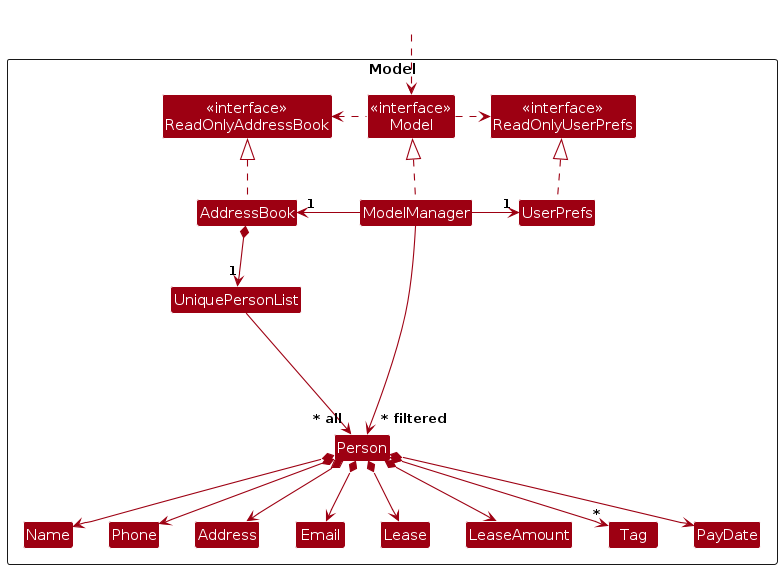
Above: diagrams/ModelClassDiagram.png in Glacialthorn/tp (PlantUML), before the change. Its source is kept beside it as diagrams/ModelClassDiagram.puml. The source it was exported from:
```plantuml
@startuml
!include style.puml
skinparam arrowThickness 1.1
skinparam arrowColor MODEL_COLOR
skinparam classBackgroundColor MODEL_COLOR

Package Model as ModelPackage <<Rectangle>>{
Class "<<interface>>\nReadOnlyAddressBook" as ReadOnlyAddressBook
Class "<<interface>>\nReadOnlyUserPrefs" as ReadOnlyUserPrefs
Class "<<interface>>\nModel" as Model
Class AddressBook
Class ModelManager
Class UserPrefs

Class UniquePersonList
Class Person
Class Address
Class Email
Class Name
Class Phone
Class Lease
Class LeaseAmount
Class Tag
Class PayDate

Class I #FFFFFF
}

Class HiddenOutside #FFFFFF
HiddenOutside ..> Model

AddressBook .up.|> ReadOnlyAddressBook

ModelManager .up.|> Model
Model .right.> ReadOnlyUserPrefs
Model .left.> ReadOnlyAddressBook
ModelManager -left-> "1" AddressBook
ModelManager -right-> "1" UserPrefs
UserPrefs .up.|> ReadOnlyUserPrefs

AddressBook *--> "1" UniquePersonList
UniquePersonList --> "~* all" Person
Person *--> Name
Person *--> Phone
Person *--> Email
Person *--> Address
Person *--> Lease
Person *--> LeaseAmount
Person *--> "*" Tag
Person *--> PayDate

Person -[hidden]up--> I
UniquePersonList -[hidden]right-> I

Name -[hidden]right-> Phone
Phone -[hidden]right-> Address
Address -[hidden]right-> Email
Email -[hidden]right-> Lease
Lease -[hidden]right-> LeaseAmount

ModelManager --> "~* filtered" Person
@enduml
```
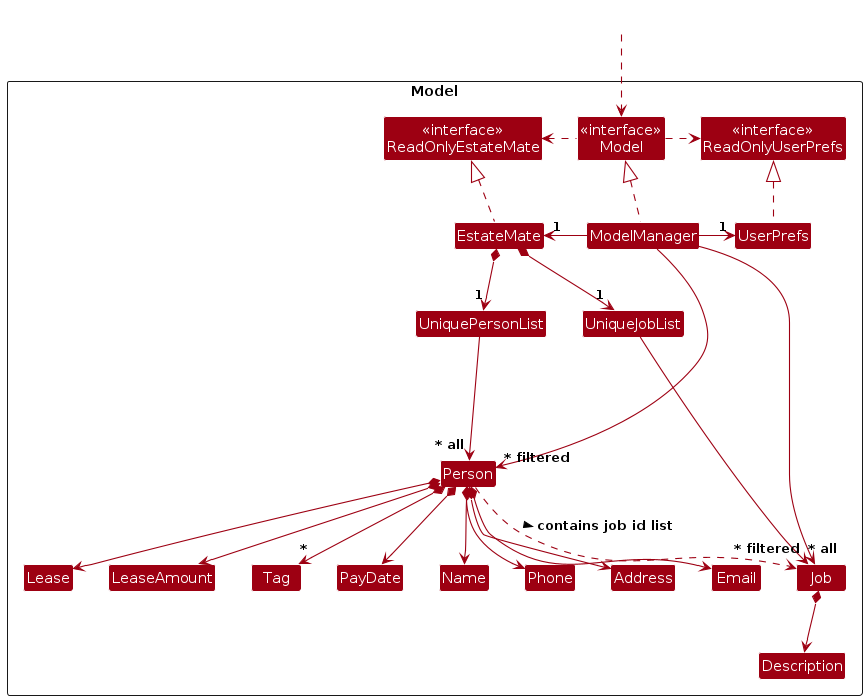
Above is the later version.

Diff of the diagram source:
```diff
@@ -5,15 +5,18 @@
 skinparam classBackgroundColor MODEL_COLOR
 
 Package Model as ModelPackage <<Rectangle>>{
-Class "<<interface>>\nReadOnlyAddressBook" as ReadOnlyAddressBook
+Class "<<interface>>\nReadOnlyEstateMate" as ReadOnlyEstateMate
 Class "<<interface>>\nReadOnlyUserPrefs" as ReadOnlyUserPrefs
 Class "<<interface>>\nModel" as Model
-Class AddressBook
+Class EstateMate
 Class ModelManager
 Class UserPrefs
 
 Class UniquePersonList
+Class UniqueJobList
 Class Person
+Class Job
+Class Description
 Class Address
 Class Email
 Class Name
@@ -29,16 +32,18 @@
 Class HiddenOutside #FFFFFF
 HiddenOutside ..> Model
 
-AddressBook .up.|> ReadOnlyAddressBook
+EstateMate .up.|> ReadOnlyEstateMate
 
 ModelManager .up.|> Model
 Model .right.> ReadOnlyUserPrefs
-Model .left.> ReadOnlyAddressBook
-ModelManager -left-> "1" AddressBook
+Model .left.> ReadOnlyEstateMate
+ModelManager -left-> "1" EstateMate
 ModelManager -right-> "1" UserPrefs
 UserPrefs .up.|> ReadOnlyUserPrefs
 
-AddressBook *--> "1" UniquePersonList
+EstateMate *--> "1" UniquePersonList
+EstateMate *--> "1" UniqueJobList
+
 UniquePersonList --> "~* all" Person
 Person *--> Name
 Person *--> Phone
@@ -48,15 +53,22 @@
 Person *--> LeaseAmount
 Person *--> "*" Tag
 Person *--> PayDate
+Person ..> Job : contains job id list >
+
+
+UniqueJobList --> "~* all" Job
+Job *--> Description
+
+ModelManager --> "~* filtered" Person
+ModelManager --> "~* filtered" Job
+
 
 Person -[hidden]up--> I
 UniquePersonList -[hidden]right-> I
-
+UniqueJobList -[hidden]left-> I
 Name -[hidden]right-> Phone
 Phone -[hidden]right-> Address
 Address -[hidden]right-> Email
 Email -[hidden]right-> Lease
 Lease -[hidden]right-> LeaseAmount
-
-ModelManager --> "~* filtered" Person
 @enduml
```
